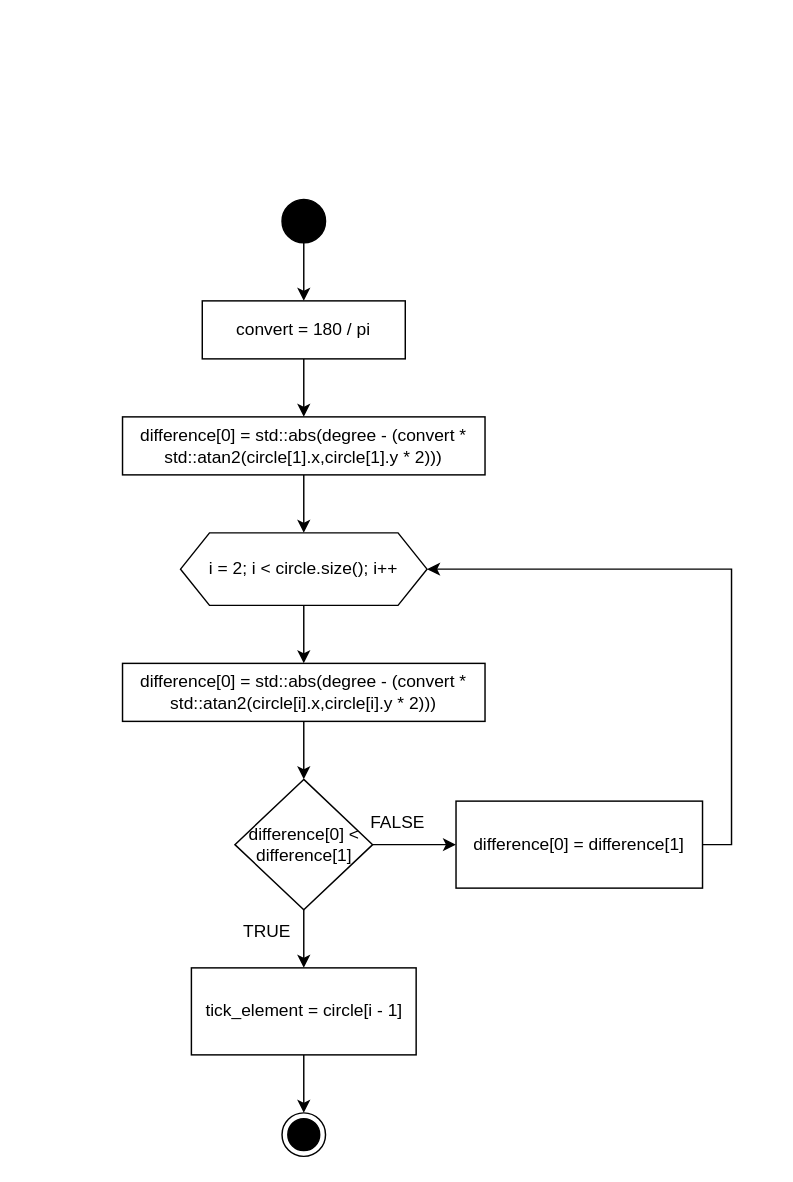
Earlier version of the draw.io diagram diagrams/math/Coordinates_degree.drawio (Myhajl-o/Terminal_Clock). Source tidied: cells renumbered, new cells numbered last; positions are measured from the earlier drawing's top-left corner, leaving out a move shared by most shapes. Both pictures are drawn from the tidied source at 145%, with x=0, y=0 at pixel (122, 199).
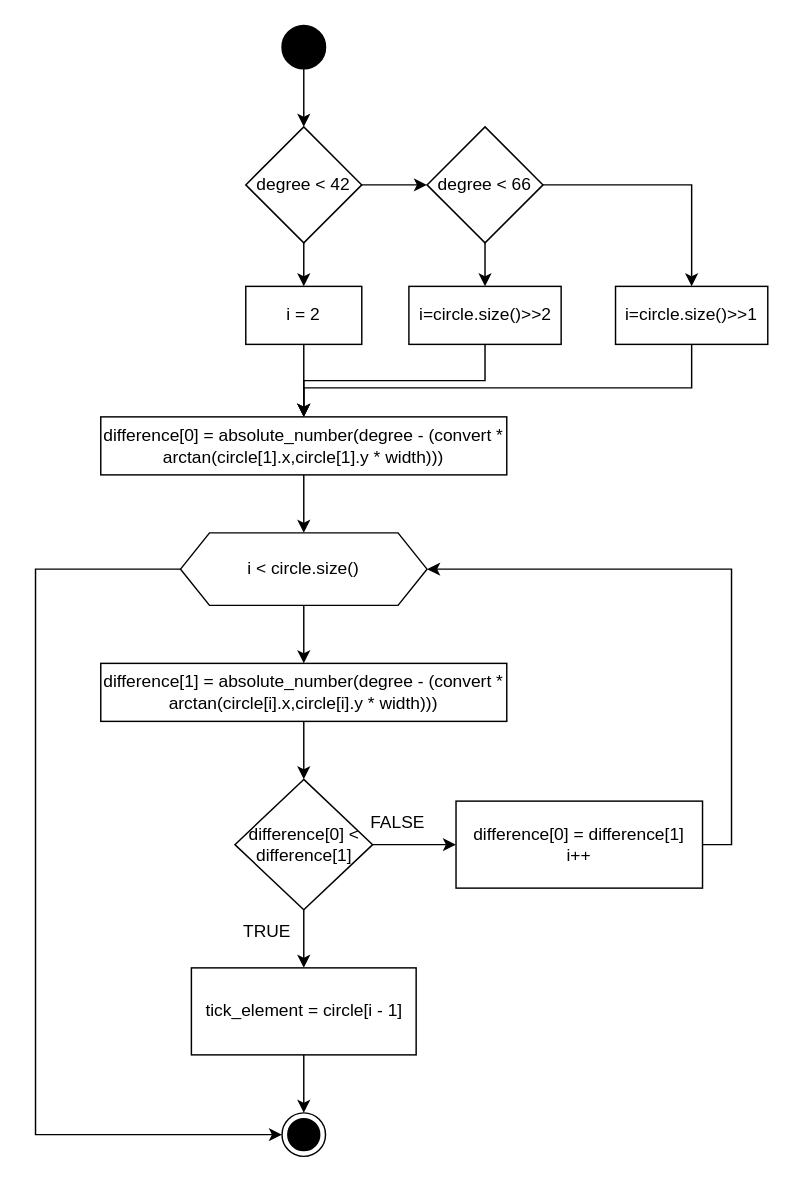
Above is the later version.

The change refers to these unchanged cells:
```xml
<mxCell id="19" style="ellipse;html=1;shape=endState;fillColor=strokeColor;" parent="1" vertex="1">
  <mxGeometry x="110" y="630" width="30" height="30" as="geometry" />
</mxCell>
```

Change to the diagram source:
```diff
@@
-    <mxCell id="2" style="edgeStyle=orthogonalEdgeStyle;rounded=0;jettySize=auto;html=1;entryX=0.5;entryY=0;entryDx=0;entryDy=0;" parent="1" edge="1" source="3" target="7">
-      <mxGeometry relative="1" as="geometry" />
+    <mxCell id="2" style="edgeStyle=orthogonalEdgeStyle;rounded=0;jettySize=auto;html=1;entryX=0.5;entryY=0;entryDx=0;entryDy=0;" parent="1" edge="1" source="3">
+      <mxGeometry relative="1" as="geometry">
+        <mxPoint x="125" y="-50" as="targetPoint" />
+      </mxGeometry>
     </mxCell>
     <mxCell id="3" style="ellipse;fillColor=strokeColor;html=1;" parent="1" vertex="1">
-      <mxGeometry x="110" width="30" height="30" as="geometry" />
+      <mxGeometry x="110" y="-120" width="30" height="30" as="geometry" />
     </mxCell>
@@
-    <mxCell id="5" value="difference[0] = std::abs(degree - (convert * std::atan2(circle[1].x,circle[1].y * 2)))" style="rounded=0;whiteSpace=wrap;html=1;" parent="1" vertex="1">
-      <mxGeometry y="150" width="250" height="40" as="geometry" />
+    <mxCell id="5" value="difference[0] = absolute_number(degree - (convert * arctan(circle[1].x,circle[1].y * width)))" style="rounded=0;whiteSpace=wrap;html=1;" parent="1" vertex="1">
+      <mxGeometry x="-15" y="150" width="280" height="40" as="geometry" />
     </mxCell>
-    <mxCell id="6" style="edgeStyle=orthogonalEdgeStyle;rounded=0;jettySize=auto;html=1;entryX=0.5;entryY=0;entryDx=0;entryDy=0;" parent="1" edge="1" source="7" target="5">
-      <mxGeometry relative="1" as="geometry" />
-    </mxCell>
-    <mxCell id="7" value="convert = 180 / pi" style="rounded=0;whiteSpace=wrap;html=1;" parent="1" vertex="1">
-      <mxGeometry x="55" y="70" width="140" height="40" as="geometry" />
-    </mxCell>
@@
+    <mxCell id="22" style="edgeStyle=orthogonalEdgeStyle;rounded=0;jettySize=auto;html=1;entryX=0;entryY=0.5;entryDx=0;entryDy=0;" parent="1" edge="1" source="9" target="19">
+      <mxGeometry relative="1" as="geometry">
+        <Array as="points">
+          <mxPoint x="-60" y="255" />
+          <mxPoint x="-60" y="645" />
+        </Array>
+      </mxGeometry>
+    </mxCell>
-    <mxCell id="9" value="i = 2; i &amp;lt; circle.size(); i++" style="shape=hexagon;perimeter=hexagonPerimeter2;whiteSpace=wrap;html=1;shapeInside=1;fixedSize=1;" parent="1" vertex="1">
+    <mxCell id="9" value="i &amp;lt; circle.size()" style="shape=hexagon;perimeter=hexagonPerimeter2;whiteSpace=wrap;html=1;shapeInside=1;fixedSize=1;" parent="1" vertex="1">
       <mxGeometry x="40" y="230" width="170" height="50" as="geometry" />
     </mxCell>
@@
-    <mxCell id="11" value="difference[0] = std::abs(degree - (convert * std::atan2(circle[i].x,circle[i].y * 2)))" style="rounded=0;whiteSpace=wrap;html=1;" parent="1" vertex="1">
-      <mxGeometry y="320" width="250" height="40" as="geometry" />
+    <mxCell id="11" value="difference[1] = absolute_number(degree - (convert * arctan(circle[i].x,circle[i].y * width)))" style="rounded=0;whiteSpace=wrap;html=1;" parent="1" vertex="1">
+      <mxGeometry x="-15" y="320" width="280" height="40" as="geometry" />
     </mxCell>
@@
-    <mxCell id="18" value="difference[0] = difference[1]" style="rounded=0;whiteSpace=wrap;html=1;" parent="1" vertex="1">
+    <mxCell id="18" value="&lt;div&gt;difference[0] = difference[1]&lt;/div&gt;i++" style="rounded=0;whiteSpace=wrap;html=1;" parent="1" vertex="1">
       <mxGeometry x="230" y="415" width="170" height="60" as="geometry" />
     </mxCell>
@@
+    <mxCell id="23" style="edgeStyle=orthogonalEdgeStyle;rounded=0;jettySize=auto;html=1;entryX=0.5;entryY=0;entryDx=0;entryDy=0;" parent="1" edge="1" source="25" target="30">
+      <mxGeometry relative="1" as="geometry" />
+    </mxCell>
+    <mxCell id="24" style="edgeStyle=orthogonalEdgeStyle;rounded=0;jettySize=auto;html=1;entryX=0;entryY=0.5;entryDx=0;entryDy=0;" parent="1" edge="1" source="25" target="28">
+      <mxGeometry relative="1" as="geometry" />
+    </mxCell>
+    <mxCell id="25" value="degree &amp;lt; 42" style="rhombus;whiteSpace=wrap;html=1;shapeInside=1;" parent="1" vertex="1">
+      <mxGeometry x="85" y="-50" width="80" height="80" as="geometry" />
+    </mxCell>
+    <mxCell id="26" style="edgeStyle=orthogonalEdgeStyle;rounded=0;jettySize=auto;html=1;entryX=0.5;entryY=0;entryDx=0;entryDy=0;" parent="1" edge="1" source="28" target="32">
+      <mxGeometry relative="1" as="geometry" />
+    </mxCell>
+    <mxCell id="27" style="edgeStyle=orthogonalEdgeStyle;rounded=0;jettySize=auto;html=1;entryX=0.5;entryY=0;entryDx=0;entryDy=0;" parent="1" edge="1" source="28" target="34">
+      <mxGeometry relative="1" as="geometry">
+        <Array as="points">
+          <mxPoint x="392.5" y="-10" />
+        </Array>
+      </mxGeometry>
+    </mxCell>
+    <mxCell id="28" value="degree &amp;lt; 66" style="rhombus;whiteSpace=wrap;html=1;shapeInside=1;" parent="1" vertex="1">
+      <mxGeometry x="210" y="-50" width="80" height="80" as="geometry" />
+    </mxCell>
+    <mxCell id="29" style="edgeStyle=orthogonalEdgeStyle;rounded=0;jettySize=auto;html=1;entryX=0.5;entryY=0;entryDx=0;entryDy=0;" parent="1" edge="1" source="30" target="5">
+      <mxGeometry relative="1" as="geometry" />
+    </mxCell>
+    <mxCell id="30" value="i = 2" style="rounded=0;whiteSpace=wrap;html=1;" parent="1" vertex="1">
+      <mxGeometry x="85" y="60" width="80" height="40" as="geometry" />
+    </mxCell>
+    <mxCell id="31" style="edgeStyle=orthogonalEdgeStyle;rounded=0;jettySize=auto;html=1;entryX=0.5;entryY=0;entryDx=0;entryDy=0;" parent="1" edge="1" source="32" target="5">
+      <mxGeometry relative="1" as="geometry" />
+    </mxCell>
+    <mxCell id="32" value="i=circle.size()&amp;gt;&amp;gt;2" style="rounded=0;whiteSpace=wrap;html=1;" parent="1" vertex="1">
+      <mxGeometry x="197.5" y="60" width="105" height="40" as="geometry" />
+    </mxCell>
+    <mxCell id="33" style="edgeStyle=orthogonalEdgeStyle;rounded=0;jettySize=auto;html=1;entryX=0.5;entryY=0;entryDx=0;entryDy=0;" parent="1" edge="1" source="34" target="5">
+      <mxGeometry relative="1" as="geometry">
+        <Array as="points">
+          <mxPoint x="392.5" y="130" />
+          <mxPoint x="125" y="130" />
+        </Array>
+      </mxGeometry>
+    </mxCell>
+    <mxCell id="34" value="i=circle.size()&amp;gt;&amp;gt;1" style="rounded=0;whiteSpace=wrap;html=1;" parent="1" vertex="1">
+      <mxGeometry x="340" y="60" width="105" height="40" as="geometry" />
+    </mxCell>
```
